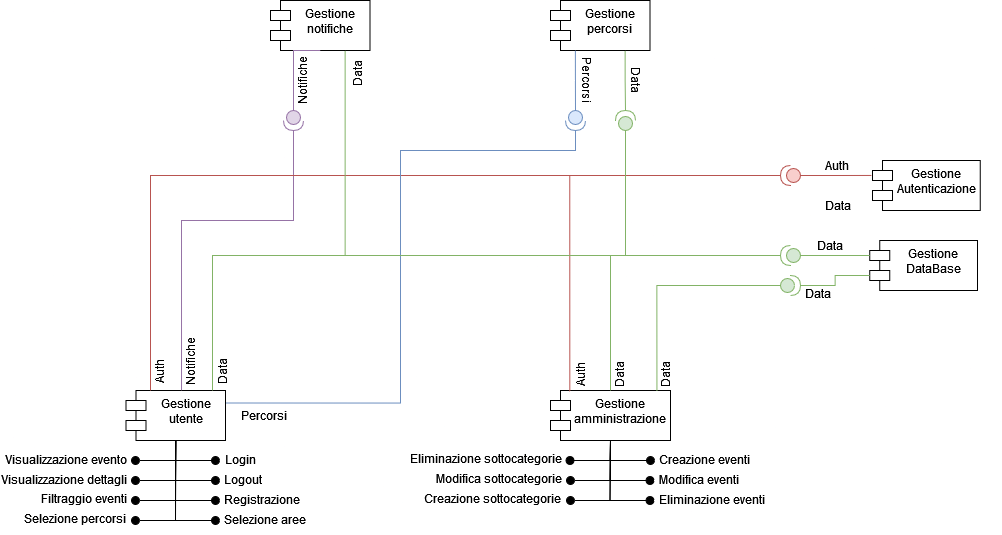
Above: Deliverable-2/Images/ComponentDiagram.png in ELI20ZIVI/BeeLive (draw.io), before the change. Source tidied: cells renumbered, new cells last; positions are measured from the earlier drawing's top-left corner, leaving out a move shared by most shapes.
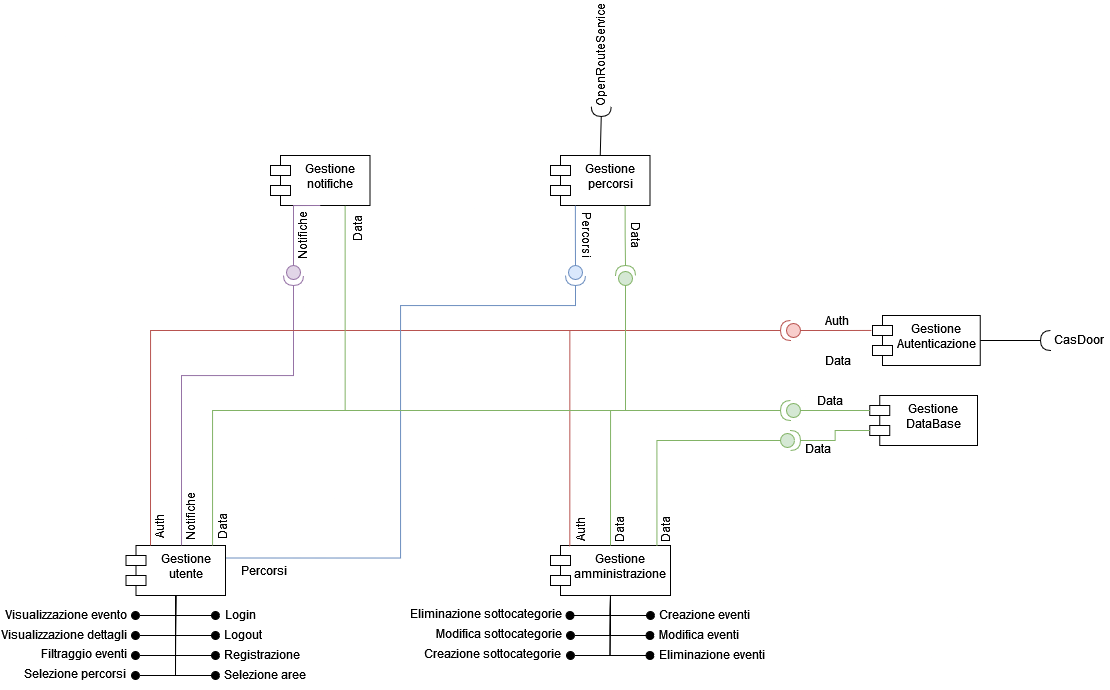
The same diagram one commit later.

Diff of the diagram source:
```diff
@@ -310,5 +310,23 @@
     <mxCell id="72" value="Data" style="text;html=1;align=center;verticalAlign=middle;whiteSpace=wrap;rounded=0;rotation=90;" parent="1" vertex="1">
       <mxGeometry x="602" y="65" width="68" height="30" as="geometry" />
     </mxCell>
+    <mxCell id="73" style="shape=requiredInterface;html=1;verticalLabelPosition=bottom;sketch=0;rotation=-180;" parent="1" vertex="1">
+      <mxGeometry x="1040" y="175" width="10" height="20" as="geometry" />
+    </mxCell>
+    <mxCell id="74" style="edgeStyle=orthogonalEdgeStyle;rounded=0;jettySize=auto;html=1;exitX=1;exitY=0.5;exitDx=0;exitDy=0;entryX=1;entryY=0.5;entryDx=0;entryDy=0;entryPerimeter=0;endArrow=none;endFill=0;" parent="1" edge="1" source="9" target="73">
+      <mxGeometry relative="1" as="geometry" />
+    </mxCell>
+    <mxCell id="75" value="CasDoor" style="text;html=1;align=center;verticalAlign=middle;whiteSpace=wrap;rounded=0;" parent="1" vertex="1">
+      <mxGeometry x="1049" y="169" width="60" height="30" as="geometry" />
+    </mxCell>
+    <mxCell id="76" style="shape=requiredInterface;html=1;verticalLabelPosition=bottom;sketch=0;rotation=90;" parent="1" vertex="1">
+      <mxGeometry x="595.8" y="-54" width="10" height="20" as="geometry" />
+    </mxCell>
+    <mxCell id="77" value="OpenRouteService" style="text;html=1;align=center;verticalAlign=middle;whiteSpace=wrap;rounded=0;rotation=-90;" parent="1" vertex="1">
+      <mxGeometry x="545.2" y="-115" width="109" height="29" as="geometry" />
+    </mxCell>
+    <mxCell id="78" style="edgeStyle=orthogonalEdgeStyle;rounded=0;jettySize=auto;html=1;exitX=0.5;exitY=0;exitDx=0;exitDy=0;entryX=1;entryY=0.5;entryDx=0;entryDy=0;entryPerimeter=0;endArrow=none;endFill=0;" parent="1" edge="1" source="63" target="76">
+      <mxGeometry relative="1" as="geometry" />
+    </mxCell>
   </root>
 </mxGraphModel>
```
